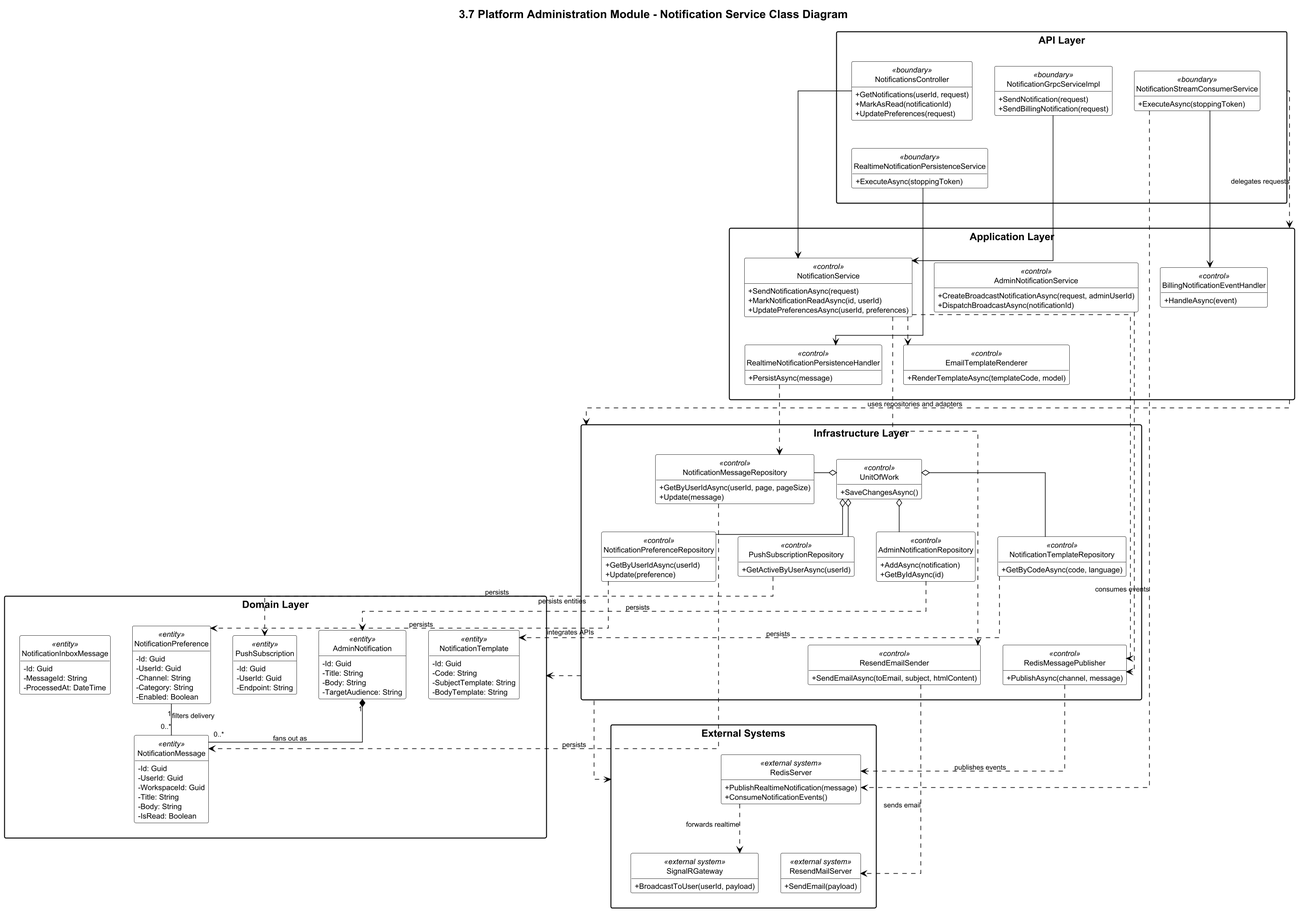
Earlier version of the PlantUML export .agents/resources/class diagram/notification/notification-class-diagram.png (WarpTalk-CapstoneProject/warptalk-backend).
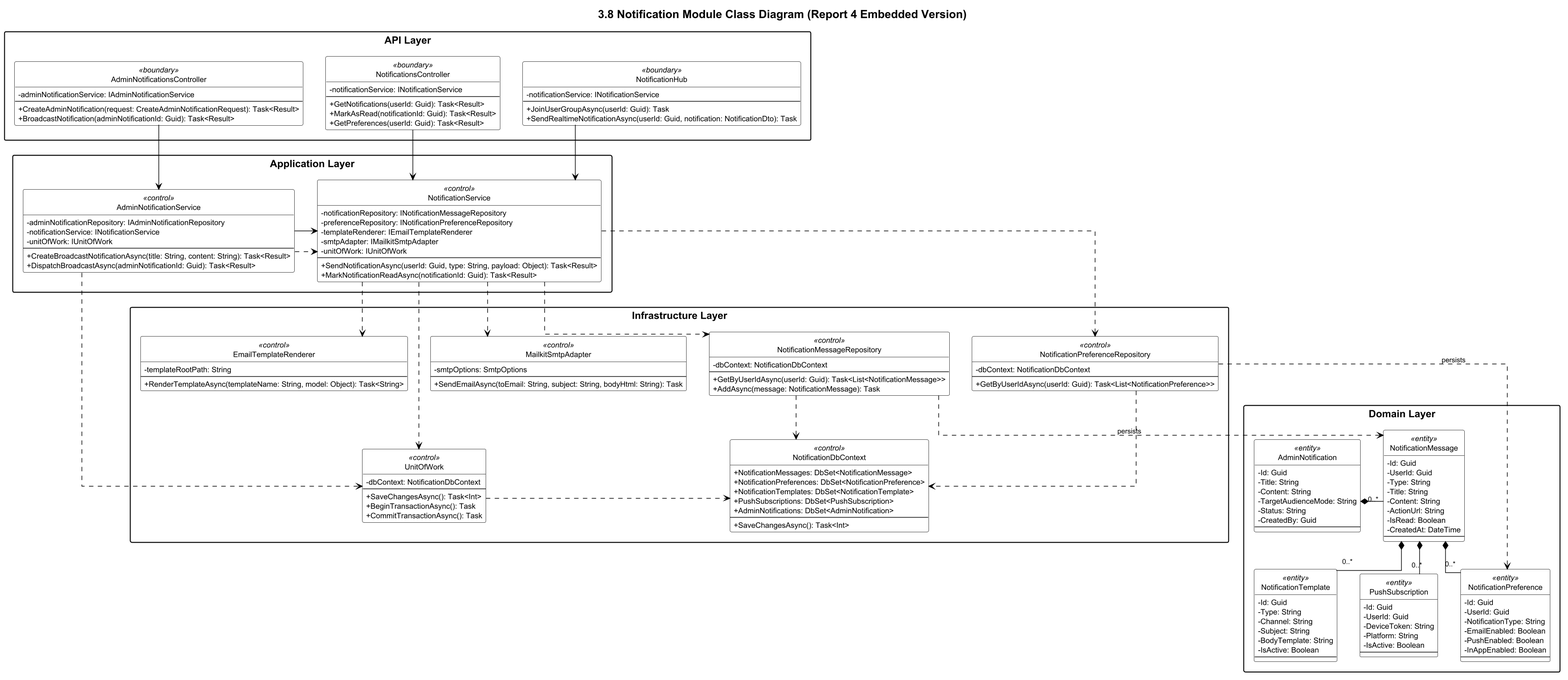
After the change.

Change to the diagram source:
```diff
@@ -1,22 +1,22 @@
 @startuml
-title 3.7 Platform Administration Module - Notification Service Class Diagram
+title 3.8 Notification Module Class Diagram (Report 4 Embedded Version)
 
 top to bottom direction
 hide circle
-hide empty members
 
 skinparam monochrome true
 skinparam shadowing false
 skinparam classAttributeIconSize 0
 skinparam linetype ortho
-skinparam nodesep 35
-skinparam ranksep 45
 skinparam dpi 140
+skinparam titleFontSize 18
+skinparam packageFontSize 16
 skinparam classFontSize 14
 skinparam classAttributeFontSize 12
-skinparam packageFontSize 16
-skinparam titleFontSize 18
 skinparam ArrowFontSize 11
+skinparam nodesep 36
+skinparam ranksep 44
+skinparam packageTitleAlignment left
 skinparam packageStyle rectangle
 skinparam packageBackgroundColor White
 skinparam packageBorderColor Black
@@ -26,205 +26,188 @@
 
 package "API Layer" as ApiLayer {
   class NotificationsController <<boundary>> {
-    +GetNotifications(userId, request)
-    +MarkAsRead(notificationId)
-    +UpdatePreferences(request)
+    - notificationService: INotificationService
+    --
+    + GetNotifications(userId: Guid): Task<Result>
+    + MarkAsRead(notificationId: Guid): Task<Result>
+    + GetPreferences(userId: Guid): Task<Result>
   }
 
-  class NotificationGrpcServiceImpl <<boundary>> {
-    +SendNotification(request)
-    +SendBillingNotification(request)
+  class AdminNotificationsController <<boundary>> {
+    - adminNotificationService: IAdminNotificationService
+    --
+    + CreateAdminNotification(request: CreateAdminNotificationRequest): Task<Result>
+    + BroadcastNotification(adminNotificationId: Guid): Task<Result>
   }
 
-  class NotificationStreamConsumerService <<boundary>> {
-    +ExecuteAsync(stoppingToken)
+  class NotificationHub <<boundary>> {
+    - notificationService: INotificationService
+    --
+    + JoinUserGroupAsync(userId: Guid): Task
+    + SendRealtimeNotificationAsync(userId: Guid, notification: NotificationDto): Task
   }
 
-  class RealtimeNotificationPersistenceService <<boundary>> {
-    +ExecuteAsync(stoppingToken)
-  }
-
-  NotificationsController -[hidden]right- NotificationGrpcServiceImpl
-  NotificationGrpcServiceImpl -[hidden]right- NotificationStreamConsumerService
-  NotificationsController -[hidden]down- RealtimeNotificationPersistenceService
+  NotificationsController -[hidden]right- AdminNotificationsController
+  AdminNotificationsController -[hidden]right- NotificationHub
 }
 
 package "Application Layer" as ApplicationLayer {
   class NotificationService <<control>> {
-    +SendNotificationAsync(request)
-    +MarkNotificationReadAsync(id, userId)
-    +UpdatePreferencesAsync(userId, preferences)
+    - notificationRepository: INotificationMessageRepository
+    - preferenceRepository: INotificationPreferenceRepository
+    - templateRenderer: IEmailTemplateRenderer
+    - smtpAdapter: IMailkitSmtpAdapter
+    - unitOfWork: IUnitOfWork
+    --
+    + SendNotificationAsync(userId: Guid, type: String, payload: Object): Task<Result>
+    + MarkNotificationReadAsync(notificationId: Guid): Task<Result>
   }
 
   class AdminNotificationService <<control>> {
-    +CreateBroadcastNotificationAsync(request, adminUserId)
-    +DispatchBroadcastAsync(notificationId)
+    - adminNotificationRepository: IAdminNotificationRepository
+    - notificationService: INotificationService
+    - unitOfWork: IUnitOfWork
+    --
+    + CreateBroadcastNotificationAsync(title: String, content: String): Task<Result>
+    + DispatchBroadcastAsync(adminNotificationId: Guid): Task<Result>
   }
 
-  class BillingNotificationEventHandler <<control>> {
-    +HandleAsync(event)
+  NotificationService -[hidden]right- AdminNotificationService
+}
+
+package "Infrastructure Layer" as InfrastructureLayer {
+  class NotificationDbContext <<control>> {
+    + NotificationMessages: DbSet<NotificationMessage>
+    + NotificationPreferences: DbSet<NotificationPreference>
+    + NotificationTemplates: DbSet<NotificationTemplate>
+    + PushSubscriptions: DbSet<PushSubscription>
+    + AdminNotifications: DbSet<AdminNotification>
+    --
+    + SaveChangesAsync(): Task<Int>
   }
 
-  class RealtimeNotificationPersistenceHandler <<control>> {
-    +PersistAsync(message)
+  class UnitOfWork <<control>> {
+    - dbContext: NotificationDbContext
+    --
+    + SaveChangesAsync(): Task<Int>
+    + BeginTransactionAsync(): Task
+    + CommitTransactionAsync(): Task
+  }
+
+  class NotificationMessageRepository <<control>> {
+    - dbContext: NotificationDbContext
+    --
+    + GetByUserIdAsync(userId: Guid): Task<List<NotificationMessage>>
+    + AddAsync(message: NotificationMessage): Task
+  }
+
+  class NotificationPreferenceRepository <<control>> {
+    - dbContext: NotificationDbContext
+    --
+    + GetByUserIdAsync(userId: Guid): Task<List<NotificationPreference>>
   }
 
   class EmailTemplateRenderer <<control>> {
-    +RenderTemplateAsync(templateCode, model)
+    - templateRootPath: String
+    --
+    + RenderTemplateAsync(templateName: String, model: Object): Task<String>
   }
 
-  NotificationService -[hidden]right- AdminNotificationService
-  AdminNotificationService -[hidden]right- BillingNotificationEventHandler
-  NotificationService -[hidden]down- RealtimeNotificationPersistenceHandler
-  RealtimeNotificationPersistenceHandler -[hidden]right- EmailTemplateRenderer
-}
-
-package "Infrastructure Layer" as InfrastructureLayer {
-  class UnitOfWork <<control>> {
-    +SaveChangesAsync()
+  class MailkitSmtpAdapter <<control>> {
+    - smtpOptions: SmtpOptions
+    --
+    + SendEmailAsync(toEmail: String, subject: String, bodyHtml: String): Task
   }
 
-  class NotificationMessageRepository <<control>> {
-    +GetByUserIdAsync(userId, page, pageSize)
-    +Update(message)
-  }
-
-  class NotificationPreferenceRepository <<control>> {
-    +GetByUserIdAsync(userId)
-    +Update(preference)
-  }
-
-  class NotificationTemplateRepository <<control>> {
-    +GetByCodeAsync(code, language)
-  }
-
-  class AdminNotificationRepository <<control>> {
-    +AddAsync(notification)
-    +GetByIdAsync(id)
-  }
-
-  class PushSubscriptionRepository <<control>> {
-    +GetActiveByUserAsync(userId)
-  }
-
-  class ResendEmailSender <<control>> {
-    +SendEmailAsync(toEmail, subject, htmlContent)
-  }
-
-  class RedisMessagePublisher <<control>> {
-    +PublishAsync(channel, message)
-  }
-
-  UnitOfWork -[hidden]right- NotificationMessageRepository
   NotificationMessageRepository -[hidden]right- NotificationPreferenceRepository
-  UnitOfWork -[hidden]down- NotificationTemplateRepository
-  NotificationTemplateRepository -[hidden]right- AdminNotificationRepository
-  AdminNotificationRepository -[hidden]right- PushSubscriptionRepository
-  NotificationTemplateRepository -[hidden]down- ResendEmailSender
-  ResendEmailSender -[hidden]right- RedisMessagePublisher
-
-  UnitOfWork o-- NotificationMessageRepository
-  UnitOfWork o-- NotificationPreferenceRepository
-  UnitOfWork o-- NotificationTemplateRepository
-  UnitOfWork o-- AdminNotificationRepository
-  UnitOfWork o-- PushSubscriptionRepository
+  NotificationPreferenceRepository -[hidden]right- EmailTemplateRenderer
+  EmailTemplateRenderer -[hidden]right- MailkitSmtpAdapter
+  NotificationDbContext -[hidden]right- UnitOfWork
+  NotificationMessageRepository -[hidden]down- NotificationDbContext
 }
 
 package "Domain Layer" as DomainLayer {
+  class AdminNotification <<entity>> {
+    - Id: Guid
+    - Title: String
+    - Content: String
+    - TargetAudienceMode: String
+    - Status: String
+    - CreatedBy: Guid
+    --
+  }
+
   class NotificationMessage <<entity>> {
-    -Id: Guid
-    -UserId: Guid
-    -WorkspaceId: Guid
-    -Title: String
-    -Body: String
-    -IsRead: Boolean
+    - Id: Guid
+    - UserId: Guid
+    - Type: String
+    - Title: String
+    - Content: String
+    - ActionUrl: String
+    - IsRead: Boolean
+    - CreatedAt: DateTime
+    --
   }
 
   class NotificationPreference <<entity>> {
-    -Id: Guid
-    -UserId: Guid
-    -Channel: String
-    -Category: String
-    -Enabled: Boolean
+    - Id: Guid
+    - UserId: Guid
+    - NotificationType: String
+    - EmailEnabled: Boolean
+    - PushEnabled: Boolean
+    - InAppEnabled: Boolean
+    --
   }
 
   class NotificationTemplate <<entity>> {
-    -Id: Guid
-    -Code: String
-    -SubjectTemplate: String
-    -BodyTemplate: String
-  }
-
-  class AdminNotification <<entity>> {
-    -Id: Guid
-    -Title: String
-    -Body: String
-    -TargetAudience: String
+    - Id: Guid
+    - Type: String
+    - Channel: String
+    - Subject: String
+    - BodyTemplate: String
+    - IsActive: Boolean
+    --
   }
 
   class PushSubscription <<entity>> {
-    -Id: Guid
-    -UserId: Guid
-    -Endpoint: String
+    - Id: Guid
+    - UserId: Guid
+    - DeviceToken: String
+    - Platform: String
+    - IsActive: Boolean
+    --
   }
 
-  class NotificationInboxMessage <<entity>> {
-    -Id: Guid
-    -MessageId: String
-    -ProcessedAt: DateTime
-  }
-
-  AdminNotification "1" *-- "0..*" NotificationMessage : fans out as
-  NotificationPreference "1" -- "0..*" NotificationMessage : filters delivery
-}
-
-package "External Systems" as ExternalSystems {
-  class RedisServer <<external system>> {
-    +PublishRealtimeNotification(message)
-    +ConsumeNotificationEvents()
-  }
-
-  class ResendMailServer <<external system>> {
-    +SendEmail(payload)
-  }
-
-  class SignalRGateway <<external system>> {
-    +BroadcastToUser(userId, payload)
-  }
-
-  RedisServer -[hidden]right- ResendMailServer
-  ResendMailServer -[hidden]right- SignalRGateway
+  AdminNotification -[hidden]right- NotificationMessage
+  NotificationMessage -[hidden]down- NotificationPreference
+  NotificationPreference -[hidden]right- NotificationTemplate
+  NotificationTemplate -[hidden]right- PushSubscription
 }
 
 NotificationsController --> NotificationService
-NotificationGrpcServiceImpl --> NotificationService
-NotificationStreamConsumerService --> BillingNotificationEventHandler
-RealtimeNotificationPersistenceService --> RealtimeNotificationPersistenceHandler
+AdminNotificationsController --> AdminNotificationService
+NotificationHub --> NotificationService
+AdminNotificationService --> NotificationService
 
+NotificationService ..> NotificationMessageRepository
+NotificationService ..> NotificationPreferenceRepository
 NotificationService ..> EmailTemplateRenderer
-NotificationService ..> ResendEmailSender
-NotificationService ..> RedisMessagePublisher
-AdminNotificationService ..> RedisMessagePublisher
-RealtimeNotificationPersistenceHandler ..> NotificationMessageRepository
+NotificationService ..> MailkitSmtpAdapter
+NotificationService ..> UnitOfWork
+
+AdminNotificationService ..> NotificationService
+AdminNotificationService ..> UnitOfWork
+
+NotificationMessageRepository ..> NotificationDbContext
+NotificationPreferenceRepository ..> NotificationDbContext
+UnitOfWork ..> NotificationDbContext
 
 NotificationMessageRepository ..> NotificationMessage : persists
 NotificationPreferenceRepository ..> NotificationPreference : persists
-NotificationTemplateRepository ..> NotificationTemplate : persists
-AdminNotificationRepository ..> AdminNotification : persists
-PushSubscriptionRepository ..> PushSubscription : persists
 
-RedisMessagePublisher ..> RedisServer : publishes events
-NotificationStreamConsumerService ..> RedisServer : consumes events
-ResendEmailSender ..> ResendMailServer : sends email
-RedisServer ..> SignalRGateway : forwards realtime
+AdminNotification *-right- "0..*" NotificationMessage
+NotificationMessage *-down- "0..*" NotificationPreference
+NotificationMessage *-down- "0..*" NotificationTemplate
+NotificationMessage *-down- "0..*" PushSubscription
 
-ApiLayer -[hidden]down- ApplicationLayer
-ApplicationLayer -[hidden]down- InfrastructureLayer
-InfrastructureLayer -[hidden]down- DomainLayer
-DomainLayer -[hidden]down- ExternalSystems
-
-ApiLayer -down..> ApplicationLayer : delegates requests
-ApplicationLayer -down..> InfrastructureLayer : uses repositories and adapters
-InfrastructureLayer -down..> DomainLayer : persists entities
-InfrastructureLayer -down..> ExternalSystems : integrates APIs
 @enduml
```
